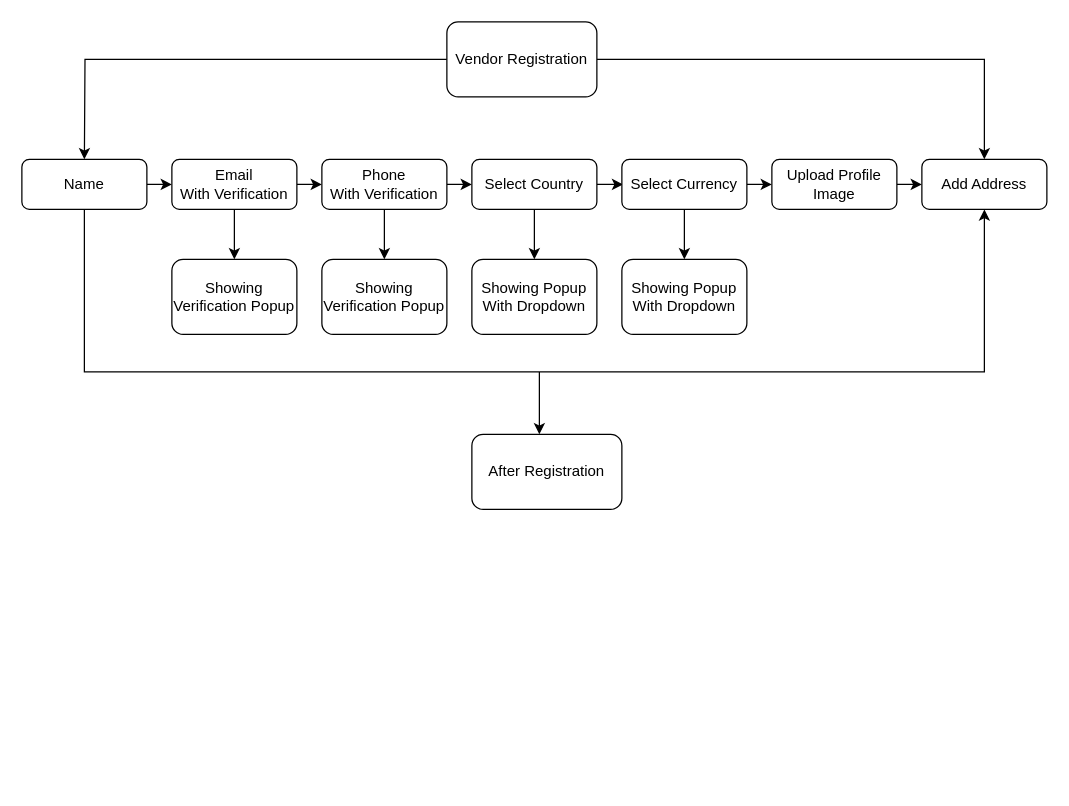
Earlier version of the draw.io diagram Untitled Diagram.drawio (mohitsth4/test). Source tidied: cells renumbered, new cells numbered last; positions are measured from the earlier drawing's top-left corner, leaving out a move shared by most shapes. Both pictures are drawn from the tidied source at 125%, with x=0, y=0 at pixel (21, 21).
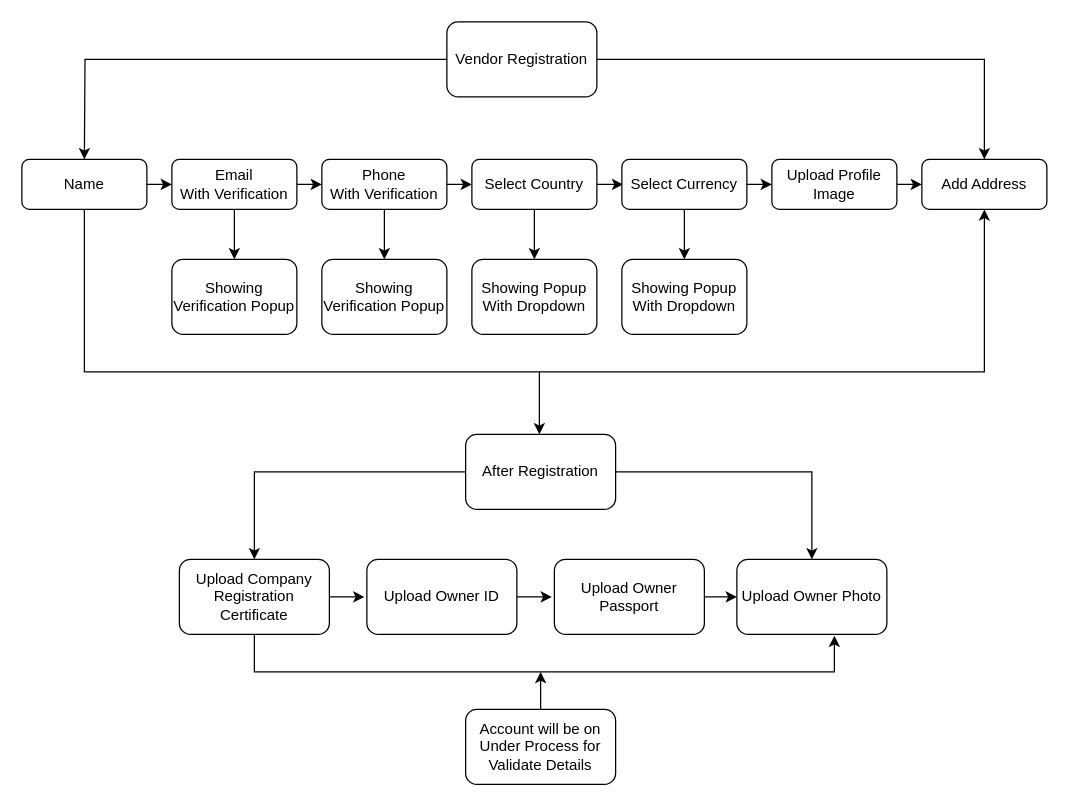
The same diagram, later.

Diff of the diagram source:
```diff
@@
+    <mxCell id="29" style="edgeStyle=orthogonalEdgeStyle;rounded=0;jettySize=auto;html=1;exitX=1;exitY=0.5;exitDx=0;exitDy=0;entryX=0.5;entryY=0;entryDx=0;entryDy=0;" parent="1" edge="1" source="28" target="37">
+      <mxGeometry relative="1" as="geometry" />
+    </mxCell>
+    <mxCell id="30" style="edgeStyle=orthogonalEdgeStyle;rounded=0;jettySize=auto;html=1;exitX=0;exitY=0.5;exitDx=0;exitDy=0;entryX=0.5;entryY=0;entryDx=0;entryDy=0;" parent="1" edge="1" source="28" target="32">
+      <mxGeometry relative="1" as="geometry" />
+    </mxCell>
     <mxCell id="28" value="After Registration" style="rounded=1;whiteSpace=wrap;html=1;" parent="1" vertex="1">
-      <mxGeometry x="360" y="330" width="120" height="60" as="geometry" />
+      <mxGeometry x="355" y="330" width="120" height="60" as="geometry" />
     </mxCell>
+    <mxCell id="31" style="edgeStyle=orthogonalEdgeStyle;rounded=0;jettySize=auto;html=1;exitX=1;exitY=0.5;exitDx=0;exitDy=0;" parent="1" edge="1" source="32">
+      <mxGeometry relative="1" as="geometry">
+        <mxPoint x="274" y="460" as="targetPoint" />
+      </mxGeometry>
+    </mxCell>
+    <mxCell id="32" value="Upload Company Registration Certificate" style="rounded=1;whiteSpace=wrap;html=1;" parent="1" vertex="1">
+      <mxGeometry x="126" y="430" width="120" height="60" as="geometry" />
+    </mxCell>
+    <mxCell id="33" style="edgeStyle=orthogonalEdgeStyle;rounded=0;jettySize=auto;html=1;exitX=1;exitY=0.5;exitDx=0;exitDy=0;" parent="1" edge="1" source="34">
+      <mxGeometry relative="1" as="geometry">
+        <mxPoint x="424" y="460" as="targetPoint" />
+      </mxGeometry>
+    </mxCell>
+    <mxCell id="34" value="Upload Owner ID" style="rounded=1;whiteSpace=wrap;html=1;" parent="1" vertex="1">
+      <mxGeometry x="276" y="430" width="120" height="60" as="geometry" />
+    </mxCell>
+    <mxCell id="35" style="edgeStyle=orthogonalEdgeStyle;rounded=0;jettySize=auto;html=1;exitX=1;exitY=0.5;exitDx=0;exitDy=0;entryX=0;entryY=0.5;entryDx=0;entryDy=0;" parent="1" edge="1" source="36" target="37">
+      <mxGeometry relative="1" as="geometry" />
+    </mxCell>
+    <mxCell id="36" value="Upload Owner Passport" style="rounded=1;whiteSpace=wrap;html=1;" parent="1" vertex="1">
+      <mxGeometry x="426" y="430" width="120" height="60" as="geometry" />
+    </mxCell>
+    <mxCell id="37" value="Upload Owner Photo" style="rounded=1;whiteSpace=wrap;html=1;" parent="1" vertex="1">
+      <mxGeometry x="572" y="430" width="120" height="60" as="geometry" />
+    </mxCell>
+    <mxCell id="38" style="edgeStyle=orthogonalEdgeStyle;rounded=0;jettySize=auto;html=1;exitX=0.5;exitY=0;exitDx=0;exitDy=0;" parent="1" edge="1" source="39">
+      <mxGeometry relative="1" as="geometry">
+        <mxPoint x="415" y="520" as="targetPoint" />
+      </mxGeometry>
+    </mxCell>
+    <mxCell id="39" value="Account will be on Under Process for Validate Details" style="rounded=1;whiteSpace=wrap;html=1;" parent="1" vertex="1">
+      <mxGeometry x="355" y="550" width="120" height="60" as="geometry" />
+    </mxCell>
+    <mxCell id="40" style="edgeStyle=orthogonalEdgeStyle;rounded=0;jettySize=auto;html=1;exitX=0.5;exitY=1;exitDx=0;exitDy=0;entryX=0.65;entryY=1.017;entryDx=0;entryDy=0;entryPerimeter=0;" parent="1" edge="1" source="32" target="37">
+      <mxGeometry relative="1" as="geometry">
+        <Array as="points">
+          <mxPoint x="186" y="520" />
+          <mxPoint x="650" y="520" />
+        </Array>
+      </mxGeometry>
+    </mxCell>
```
